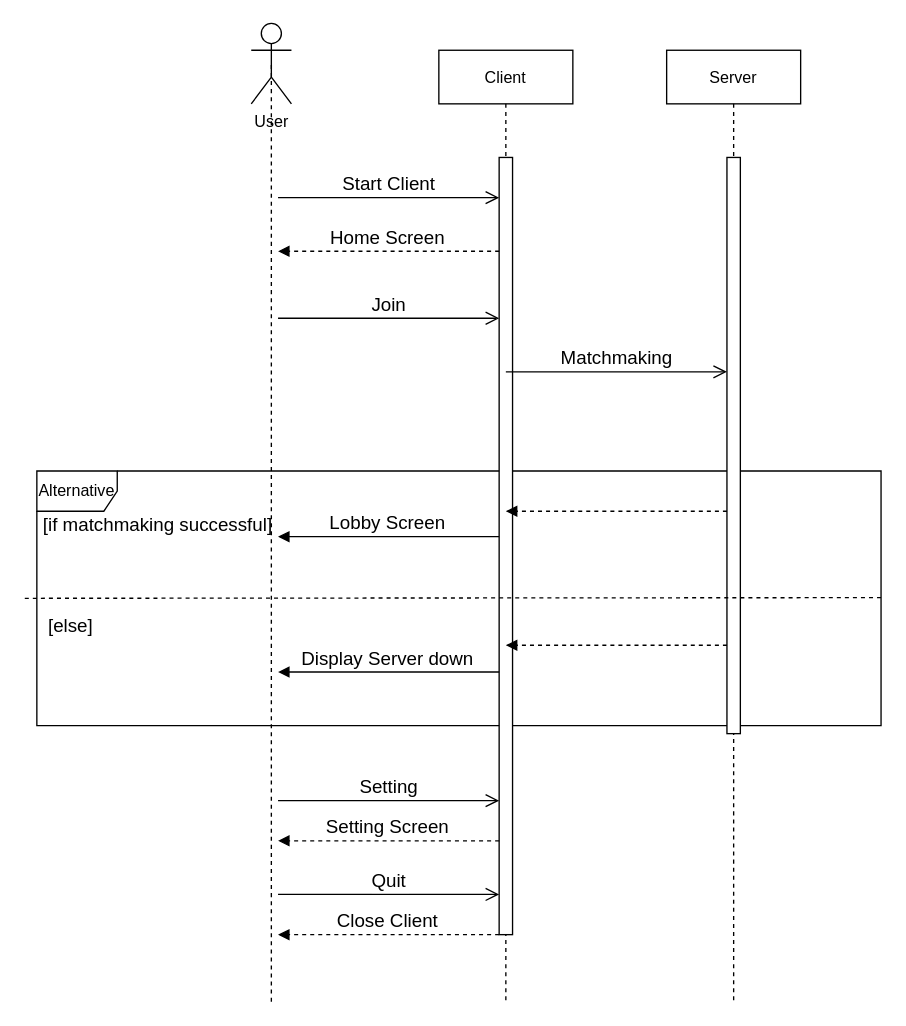
This is Project_Sequence Diagram.drawio from TravisHammondCSUS/CSC131Project, a draw.io file, before an edit. Source tidied: cells renumbered, new cells numbered last; positions are measured from the earlier drawing's top-left corner, leaving out a move shared by most shapes. Both pictures are drawn from the tidied source at 134%, with x=0, y=0 at pixel (23, 23).
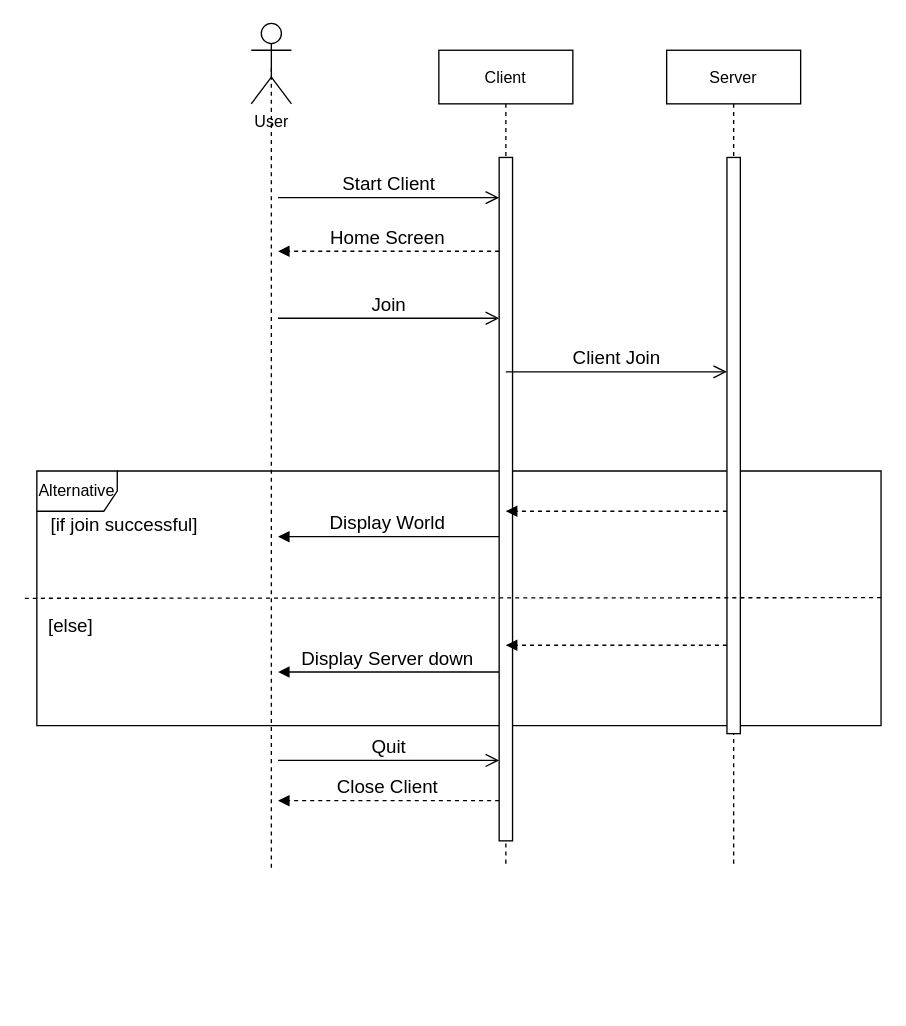
Above is the later version.

Commit message (it also covers changes not shown here):
Update Sequence Diagram

The change refers to these unchanged cells:
```xml
<mxCell id="9" value="User" style="shape=umlActor;verticalLabelPosition=bottom;verticalAlign=top;html=1;outlineConnect=0;" parent="1" vertex="1">
  <mxGeometry x="170" width="30" height="60" as="geometry" />
</mxCell>
```

Diff of the diagram source:
```diff
@@
     <mxCell id="3" value="Client" style="shape=umlLifeline;perimeter=lifelinePerimeter;rounded=0;shadow=0;strokeWidth=1;" parent="1" vertex="1">
-      <mxGeometry x="310" y="20" width="100" height="710" as="geometry" />
+      <mxGeometry x="310" y="20" width="100" height="610" as="geometry" />
     </mxCell>
     <mxCell id="4" style="perimeter=orthogonalPerimeter;rounded=0;shadow=0;strokeWidth=1;" parent="3" vertex="1">
-      <mxGeometry x="45" y="80" width="10" height="580" as="geometry" />
+      <mxGeometry x="45" y="80" width="10" height="510" as="geometry" />
     </mxCell>
     <mxCell id="5" value="Server" style="shape=umlLifeline;perimeter=lifelinePerimeter;rounded=0;shadow=0;strokeWidth=1;" parent="1" vertex="1">
-      <mxGeometry x="480" y="20" width="100" height="710" as="geometry" />
+      <mxGeometry x="480" y="20" width="100" height="610" as="geometry" />
     </mxCell>
@@
     <mxCell id="10" style="endArrow=none;dashed=1;html=1;rounded=0;entryX=0.5;entryY=0.5;entryDx=0;entryDy=0;entryPerimeter=0;" parent="1" edge="1" target="9">
       <mxGeometry relative="1" as="geometry">
-        <mxPoint x="185" y="730" as="sourcePoint" />
+        <mxPoint x="185" y="630" as="sourcePoint" />
       </mxGeometry>
     </mxCell>
     <mxCell id="11" value="Quit" style="verticalAlign=bottom;endArrow=open;endSize=8;exitX=1;exitY=0.95;shadow=0;strokeWidth=1;fontSize=14;" parent="1" edge="1">
       <mxGeometry relative="1" as="geometry">
-        <mxPoint x="190" y="650" as="sourcePoint" />
-        <mxPoint x="355" y="650" as="targetPoint" />
+        <mxPoint x="190" y="550" as="sourcePoint" />
+        <mxPoint x="355" y="550" as="targetPoint" />
       </mxGeometry>
     </mxCell>
-    <mxCell id="12" value="Setting Screen" style="verticalAlign=bottom;endArrow=block;entryX=1;entryY=0;shadow=0;strokeWidth=1;dashed=1;fontSize=14;" parent="1" edge="1">
-      <mxGeometry relative="1" as="geometry">
-        <mxPoint x="355" y="610" as="sourcePoint" />
-        <mxPoint x="190" y="610" as="targetPoint" />
-      </mxGeometry>
-    </mxCell>
@@
-    <mxCell id="14" value="Setting" style="verticalAlign=bottom;endArrow=open;endSize=8;exitX=1;exitY=0.95;shadow=0;strokeWidth=1;fontSize=14;" parent="1" edge="1">
-      <mxGeometry relative="1" as="geometry">
-        <mxPoint x="190" y="580" as="sourcePoint" />
-        <mxPoint x="355" y="580" as="targetPoint" />
-      </mxGeometry>
-    </mxCell>
@@
-    <mxCell id="16" value="[if matchmaking successful]" style="text;html=1;align=center;verticalAlign=middle;strokeColor=none;fillColor=none;fontSize=14;" parent="1" vertex="1">
-      <mxGeometry x="5" y="364" width="190" height="20" as="geometry" />
+    <mxCell id="16" value="[if join successful]" style="text;html=1;align=center;verticalAlign=middle;strokeColor=none;fillColor=none;fontSize=14;" parent="1" vertex="1">
+      <mxGeometry x="10" y="364" width="130" height="20" as="geometry" />
     </mxCell>
@@
     <mxCell id="18" value="Close Client" style="verticalAlign=bottom;endArrow=block;entryX=1;entryY=0;shadow=0;strokeWidth=1;dashed=1;fontSize=14;" parent="1" edge="1">
       <mxGeometry relative="1" as="geometry">
-        <mxPoint x="355" y="680" as="sourcePoint" />
-        <mxPoint x="190" y="680" as="targetPoint" />
+        <mxPoint x="355" y="580" as="sourcePoint" />
+        <mxPoint x="190" y="580" as="targetPoint" />
       </mxGeometry>
     </mxCell>
-    <mxCell id="19" value="Lobby Screen" style="verticalAlign=bottom;endArrow=block;entryX=1;entryY=0;shadow=0;strokeWidth=1;fontSize=14;" parent="1" edge="1">
+    <mxCell id="19" value="Display World" style="verticalAlign=bottom;endArrow=block;entryX=1;entryY=0;shadow=0;strokeWidth=1;fontSize=14;" parent="1" edge="1">
       <mxGeometry relative="1" as="geometry">
         <mxPoint x="355" y="383" as="sourcePoint" />
         <mxPoint x="190" y="383" as="targetPoint" />
       </mxGeometry>
     </mxCell>
@@
-    <mxCell id="23" value="Matchmaking" style="verticalAlign=bottom;endArrow=open;endSize=8;exitX=1;exitY=0.95;shadow=0;strokeWidth=1;fontSize=14;" parent="1" edge="1">
+    <mxCell id="23" value="Client Join" style="verticalAlign=bottom;endArrow=open;endSize=8;exitX=1;exitY=0.95;shadow=0;strokeWidth=1;fontSize=14;" parent="1" edge="1">
       <mxGeometry relative="1" as="geometry">
         <mxPoint x="360" y="260" as="sourcePoint" />
         <mxPoint x="525" y="260" as="targetPoint" />
       </mxGeometry>
     </mxCell>
```
